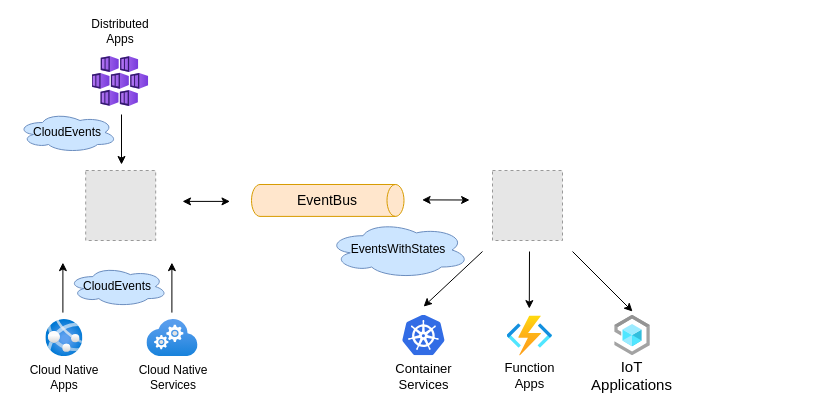
Earlier version of the draw.io diagram page "Copy of Page-7" (10 of 13) of eventmesh-multi-runtime.drawio (apache/eventmesh-site). Source tidied: cells renumbered, new cells numbered last; positions are measured from the earlier drawing's top-left corner, leaving out a move shared by most shapes. Both pictures are drawn from the tidied source at 100%, with x=0, y=0 at pixel (17, 21). Pictures stored in the file or linked from it are replaced by grey dashed boxes.
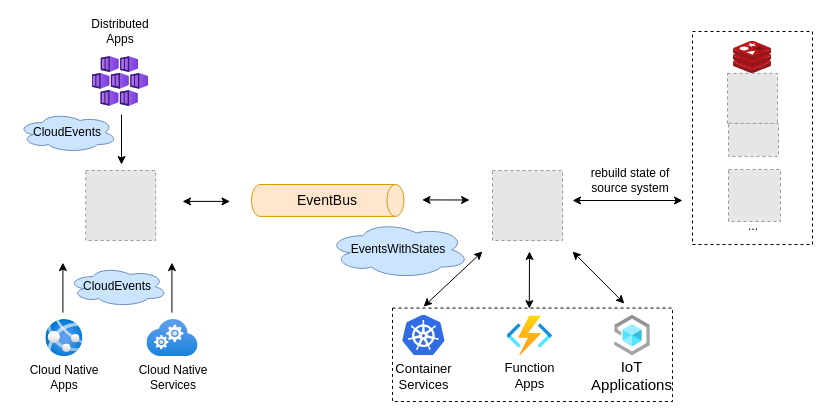
After the change.

Diff of the diagram source:
```diff
@@
+    <mxCell id="30" style="rounded=0;whiteSpace=wrap;html=1;dashed=1;" parent="1" vertex="1">
+      <mxGeometry x="675" y="10" width="120" height="213" as="geometry" />
+    </mxCell>
+    <mxCell id="31" style="rounded=0;whiteSpace=wrap;html=1;dashed=1;" parent="1" vertex="1">
+      <mxGeometry x="375" y="286.6" width="280" height="93.4" as="geometry" />
+    </mxCell>
@@
-    <mxCell id="26" style="edgeStyle=none;rounded=0;orthogonalLoop=1;jettySize=auto;html=1;endArrow=none;endFill=0;fontSize=12;fontColor=#000000;startArrow=classic;startFill=1;" parent="1" edge="1">
+    <mxCell id="26" style="edgeStyle=none;rounded=0;orthogonalLoop=1;jettySize=auto;html=1;endArrow=classic;endFill=1;fontSize=12;fontColor=#000000;startArrow=classic;startFill=1;" parent="1" edge="1">
       <mxGeometry relative="1" as="geometry">
         <mxPoint x="406.1" y="285.1" as="sourcePoint" />
         <mxPoint x="465" y="230" as="targetPoint" />
       </mxGeometry>
     </mxCell>
-    <mxCell id="27" style="edgeStyle=none;rounded=0;orthogonalLoop=1;jettySize=auto;html=1;endArrow=none;endFill=0;fontSize=12;fontColor=#000000;startArrow=classic;startFill=1;" parent="1" edge="1">
+    <mxCell id="27" style="edgeStyle=none;rounded=0;orthogonalLoop=1;jettySize=auto;html=1;endArrow=classic;endFill=1;fontSize=12;fontColor=#000000;startArrow=classic;startFill=1;" parent="1" edge="1">
       <mxGeometry relative="1" as="geometry">
         <mxPoint x="511.8" y="287.1" as="sourcePoint" />
         <mxPoint x="512" y="230" as="targetPoint" />
       </mxGeometry>
     </mxCell>
-    <mxCell id="28" style="edgeStyle=none;rounded=0;orthogonalLoop=1;jettySize=auto;html=1;endArrow=none;endFill=0;fontSize=12;fontColor=#000000;startArrow=classic;startFill=1;" parent="1" edge="1">
+    <mxCell id="28" style="edgeStyle=none;rounded=0;jettySize=auto;html=1;endArrow=classic;endFill=1;fontSize=12;fontColor=#000000;startArrow=classic;startFill=1;exitX=0.828;exitY=-0.049;exitDx=0;exitDy=0;exitPerimeter=0;" parent="1" edge="1" source="31">
       <mxGeometry relative="1" as="geometry">
-        <mxPoint x="615" y="290" as="sourcePoint" />
         <mxPoint x="555" y="230" as="targetPoint" />
       </mxGeometry>
     </mxCell>
@@
+    <mxCell id="32" value="rebuild state of source system" style="text;html=1;strokeColor=none;fillColor=none;align=center;verticalAlign=middle;whiteSpace=wrap;rounded=0;dashed=1;" parent="1" vertex="1">
+      <mxGeometry x="568.1" y="149" width="90" height="20" as="geometry" />
+    </mxCell>
+    <mxCell id="33" style="html=1;align=center;image;fontSize=12;image=img/lib/mscae/Cache_Redis_Product.svg;dashed=1;" parent="1" vertex="1">
+      <mxGeometry x="716" y="19.9" width="38.1" height="32" as="geometry" />
+    </mxCell>
+    <mxCell id="34" style="fillColor=#E6E6E6;strokeColor=#999999;dashed=1;verticalLabelPosition=bottom;labelBackgroundColor=#ffffff;verticalAlign=top;" parent="1" vertex="1">
+      <mxGeometry x="710" y="51.9" width="50" height="50" as="geometry" />
+    </mxCell>
+    <mxCell id="35" style="fillColor=#E6E6E6;strokeColor=#999999;dashed=1;verticalLabelPosition=bottom;labelBackgroundColor=#ffffff;verticalAlign=top;" parent="1" vertex="1">
+      <mxGeometry x="711" y="101.9" width="50" height="33" as="geometry" />
+    </mxCell>
+    <mxCell id="36" style="endArrow=classic;startArrow=classic;html=1;fontSize=14;fontColor=#000000;" parent="1" edge="1">
+      <mxGeometry relative="1" as="geometry">
+        <mxPoint x="555" y="179" as="sourcePoint" />
+        <mxPoint x="665" y="179" as="targetPoint" />
+      </mxGeometry>
+    </mxCell>
+    <mxCell id="37" style="fillColor=#E6E6E6;strokeColor=#999999;dashed=1;verticalLabelPosition=bottom;labelBackgroundColor=#ffffff;verticalAlign=top;" parent="1" vertex="1">
+      <mxGeometry x="711" y="148" width="52" height="52" as="geometry" />
+    </mxCell>
+    <mxCell id="38" value="..." style="text;html=1;strokeColor=none;fillColor=none;align=center;verticalAlign=middle;whiteSpace=wrap;rounded=0;dashed=1;" parent="1" vertex="1">
+      <mxGeometry x="691" y="194.9" width="90" height="20" as="geometry" />
+    </mxCell>
```
